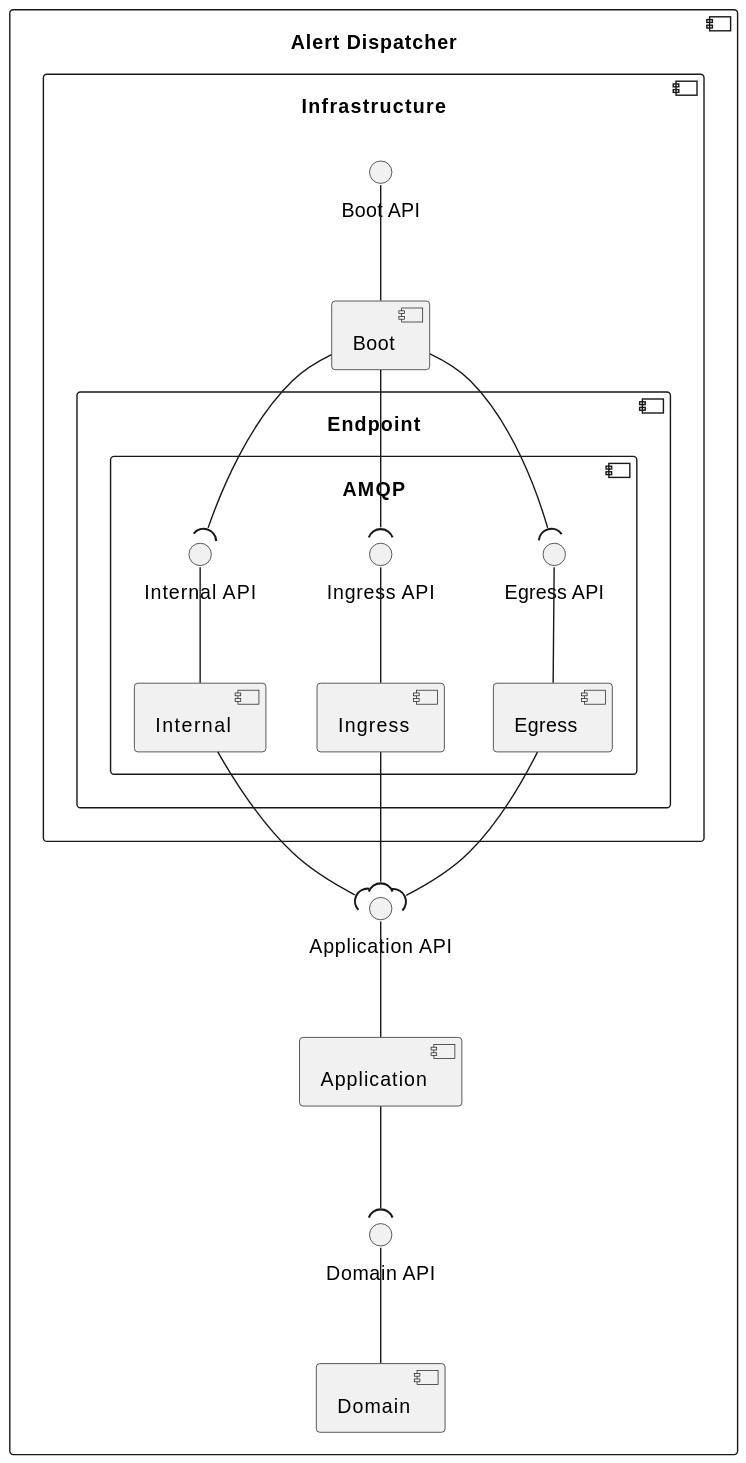
This is docs/architecture/diagrams/logical/logical-view-level3-alert-dispatcher.svg from FilipeMCruz/sensae-console, a PlantUML export, as it was before one commit. The source it was exported from:
```plantuml
@startuml logical-view-level3-alert-dispatcher

skinparam Monochrome true

component "Alert Dispatcher" {
    component "Application" as APP
    component "Domain" as DOM
    component "Infrastructure" as INFRA {
        component "Boot" as BOOT
        component "Endpoint" as ENDPOINT {
            component "AMQP" as AMQP {
                component "Egress" as EGRESS
                component "Ingress" as INGRESS
                component "Internal" as INTERNAL
                interface "Egress API" as EGRESS_API
                interface "Ingress API" as INGRESS_API
                interface "Internal API" as INTERNAL_API
            }
        }
        interface "Boot API" as BOOT_API
    }

    interface "Application API" as APP_API
    interface "Domain API" as DOM_API

    DOM_API -- DOM

    EGRESS_API -- EGRESS
    INGRESS_API -- INGRESS
    INTERNAL_API -- INTERNAL

    APP_API -- APP
    BOOT_API -- BOOT

    EGRESS --( APP_API
    INGRESS --( APP_API
    INTERNAL --( APP_API
    APP --( DOM_API
    BOOT --( INTERNAL_API
    BOOT --( EGRESS_API
    BOOT --( INGRESS_API
}

@enduml
```
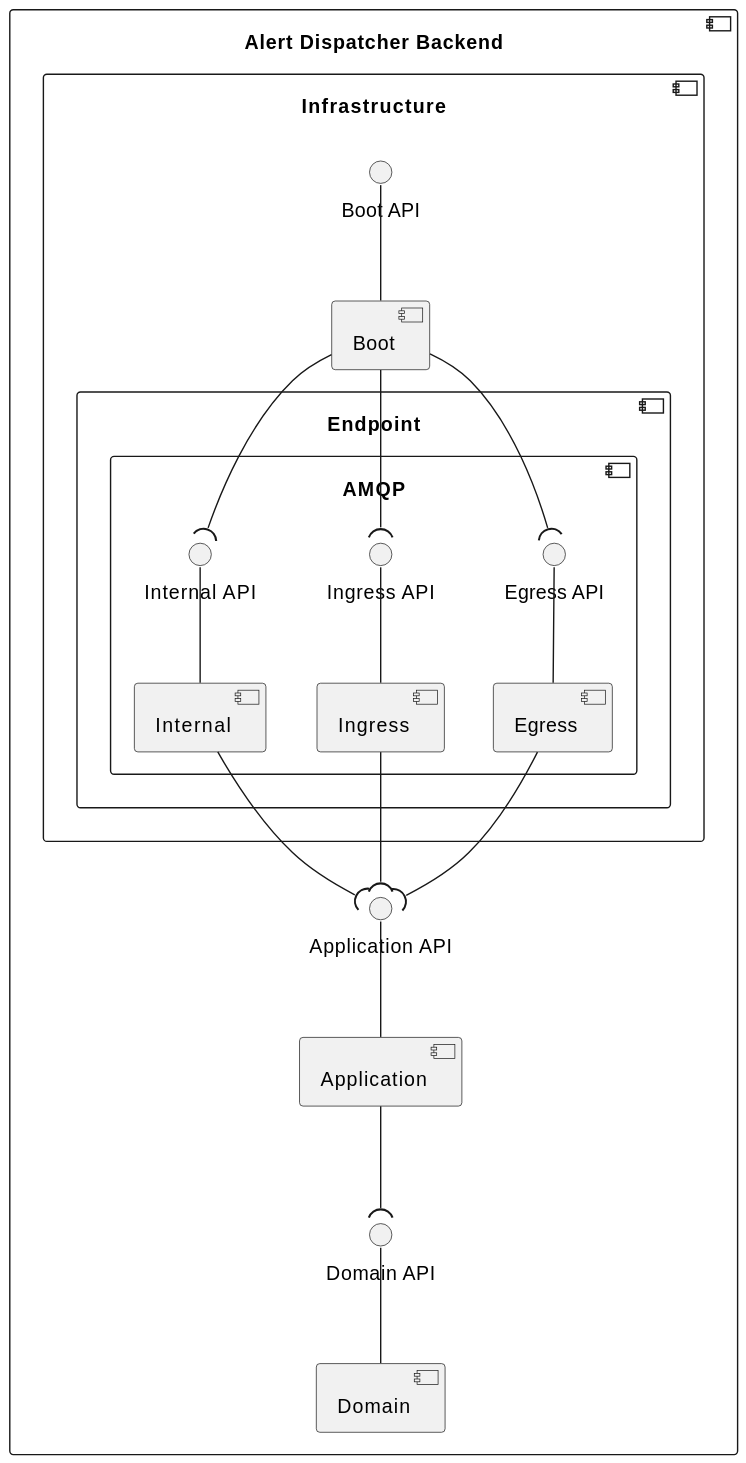
Above is the later version.

The edit, as a diff of the source:
```diff
@@ -2,7 +2,7 @@
 
 skinparam Monochrome true
 
-component "Alert Dispatcher" {
+component "Alert Dispatcher Backend" {
     component "Application" as APP
     component "Domain" as DOM
     component "Infrastructure" as INFRA {
```
